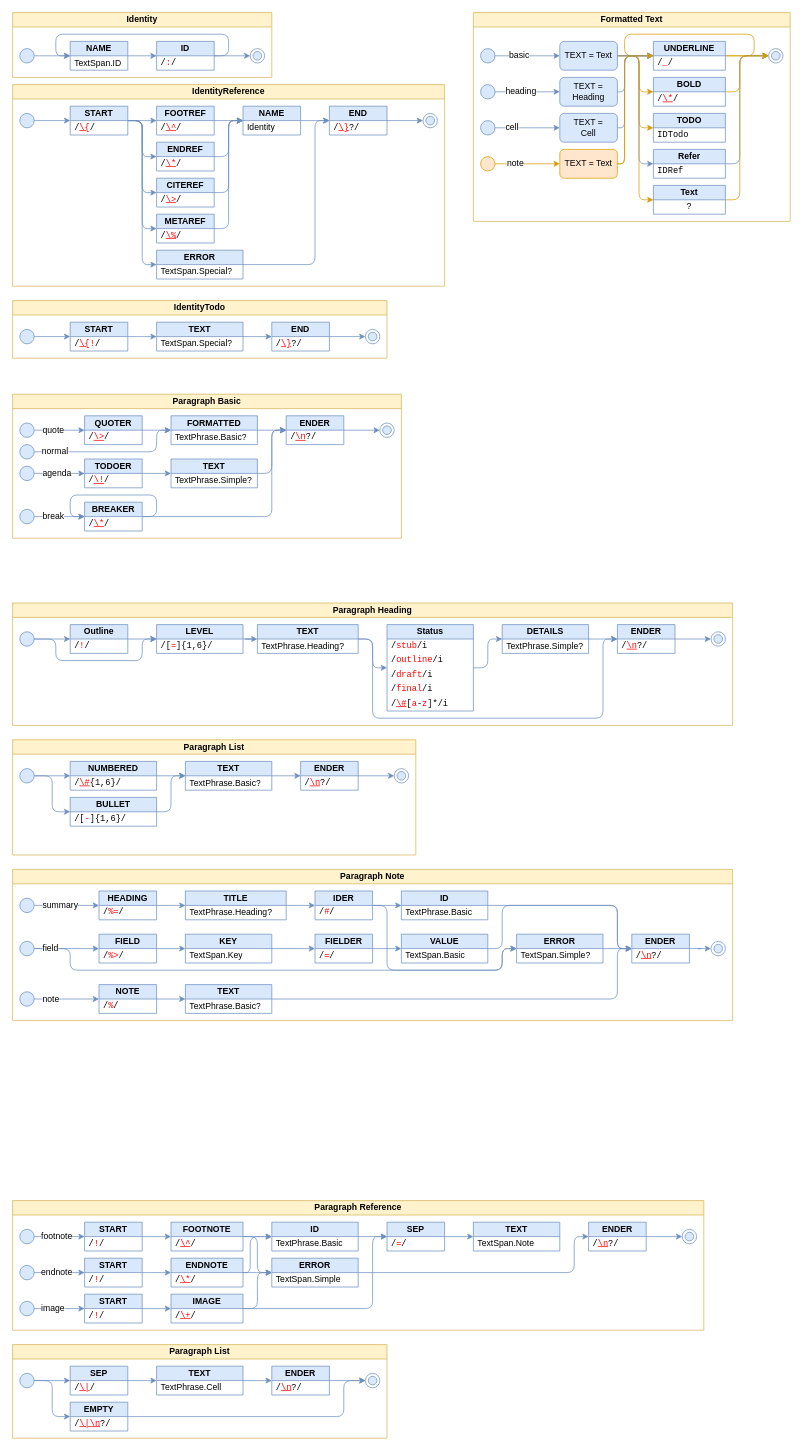
This is page "schema package" (1 of 2) of doc/syntax.drawio from creativeArtie/Writer-Studio, a draw.io file, before an edit. Source tidied: cells renumbered, new cells numbered last; positions are measured from the earlier drawing's top-left corner, leaving out a move shared by most shapes. Both pictures are drawn from the tidied source at 72%, with x=0, y=0 at pixel (12, 12).
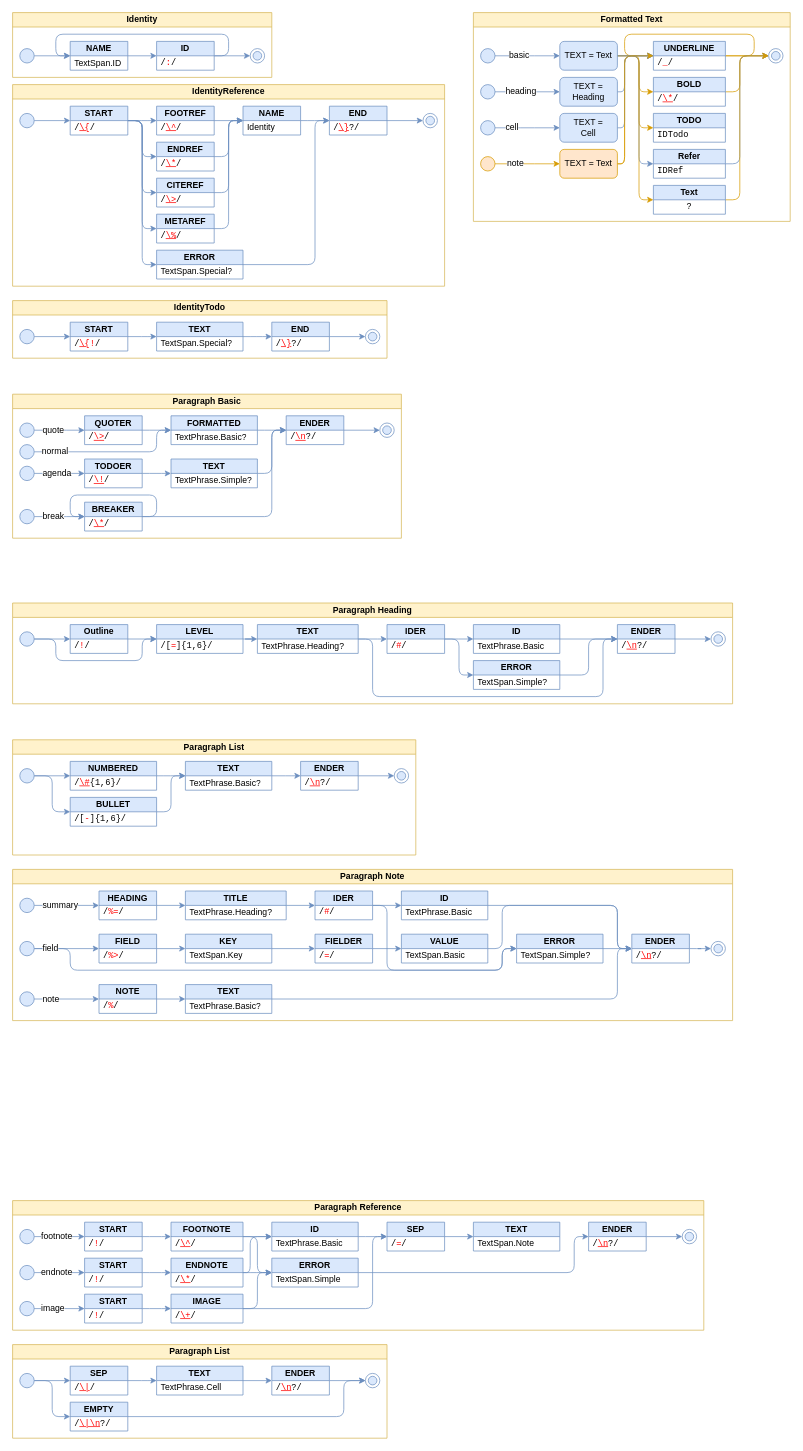
The same page after the edit.

Commit message (it also covers changes not shown here):
Replace status with id

The change refers to these unchanged cells:
```xml
<mxCell id="96" value="TEXT" style="swimlane;fontStyle=1;horizontal=1;startSize=20;whiteSpace=wrap;html=1;strokeColor=#6c8ebf;fontFamily=Helvetica;fontSize=12;fontColor=default;fillColor=#dae8fc;" parent="87" vertex="1">
  <mxGeometry x="340" y="30" width="140" height="40" as="geometry" />
</mxCell>
<mxCell id="99" value="ENDER" style="swimlane;fontStyle=1;horizontal=1;startSize=20;whiteSpace=wrap;html=1;strokeColor=#6c8ebf;fontFamily=Helvetica;fontSize=12;fontColor=default;fillColor=#dae8fc;" parent="87" vertex="1">
  <mxGeometry x="840" y="30" width="80" height="40" as="geometry" />
</mxCell>
```

What changed in the source:
```diff
@@
     <mxCell id="87" value="Paragraph Heading" style="swimlane;whiteSpace=wrap;html=1;fillColor=#fff2cc;strokeColor=#d6b656;startSize=20;" parent="1" vertex="1">
-      <mxGeometry y="820" width="1000" height="170" as="geometry" />
+      <mxGeometry y="820" width="1000" height="140" as="geometry" />
     </mxCell>
@@
     <mxCell id="95" style="edgeStyle=orthogonalEdgeStyle;shape=connector;rounded=1;jettySize=auto;html=1;labelBackgroundColor=default;strokeColor=#6c8ebf;fontFamily=Helvetica;fontSize=12;fontColor=default;endArrow=classic;startSize=20;fillColor=#dae8fc;" parent="87" edge="1" source="96" target="99">
       <mxGeometry relative="1" as="geometry">
         <Array as="points">
           <mxPoint x="500" y="50" />
-          <mxPoint x="500" y="160" />
-          <mxPoint x="820" y="160" />
+          <mxPoint x="500" y="130" />
+          <mxPoint x="820" y="130" />
           <mxPoint x="820" y="50" />
         </Array>
       </mxGeometry>
     </mxCell>
@@
-    <mxCell id="104" value="Status" style="swimlane;fontStyle=1;horizontal=1;startSize=20;whiteSpace=wrap;html=1;strokeColor=#6c8ebf;fontFamily=Helvetica;fontSize=12;fontColor=default;fillColor=#dae8fc;" parent="87" vertex="1">
-      <mxGeometry x="520" y="30" width="120" height="120" as="geometry" />
-    </mxCell>
-    <mxCell id="105" value="/&lt;font color=&quot;#ff0000&quot;&gt;stub&lt;/font&gt;/i" style="text;strokeColor=none;fillColor=none;align=left;verticalAlign=middle;spacingLeft=4;spacingRight=4;overflow=hidden;whiteSpace=wrap;html=1;fontFamily=Courier New;fontSize=12;fontColor=default;" parent="104" vertex="1">
-      <mxGeometry y="20" width="120" height="20" as="geometry" />
-    </mxCell>
-    <mxCell id="106" value="/&lt;font color=&quot;#ff0000&quot;&gt;outline&lt;/font&gt;/i" style="text;strokeColor=none;fillColor=none;align=left;verticalAlign=middle;spacingLeft=4;spacingRight=4;overflow=hidden;whiteSpace=wrap;html=1;fontFamily=Courier New;fontSize=12;fontColor=default;" parent="104" vertex="1">
-      <mxGeometry y="40" width="120" height="20" as="geometry" />
-    </mxCell>
-    <mxCell id="107" value="/&lt;font color=&quot;#ff0000&quot;&gt;draft&lt;/font&gt;/i" style="text;strokeColor=none;fillColor=none;align=left;verticalAlign=middle;spacingLeft=4;spacingRight=4;overflow=hidden;whiteSpace=wrap;html=1;fontFamily=Courier New;fontSize=12;fontColor=default;" parent="104" vertex="1">
-      <mxGeometry y="60" width="120" height="20" as="geometry" />
-    </mxCell>
-    <mxCell id="108" value="/&lt;font color=&quot;#ff0000&quot;&gt;final&lt;/font&gt;/i" style="text;strokeColor=none;fillColor=none;align=left;verticalAlign=middle;spacingLeft=4;spacingRight=4;overflow=hidden;whiteSpace=wrap;html=1;fontFamily=Courier New;fontSize=12;fontColor=default;" parent="104" vertex="1">
-      <mxGeometry y="80" width="120" height="20" as="geometry" />
-    </mxCell>
-    <mxCell id="109" value="&lt;font style=&quot;&quot;&gt;&lt;span style=&quot;background-color: initial;&quot;&gt;/&lt;font color=&quot;#ff0000&quot;&gt;&lt;u&gt;\#&lt;/u&gt;&lt;/font&gt;[&lt;font color=&quot;#ff0000&quot;&gt;a&lt;/font&gt;-&lt;font color=&quot;#ff0000&quot;&gt;z&lt;/font&gt;]*/i&lt;/span&gt;&lt;/font&gt;" style="text;strokeColor=none;fillColor=none;align=left;verticalAlign=middle;spacingLeft=4;spacingRight=4;overflow=hidden;whiteSpace=wrap;html=1;fontFamily=Courier New;fontSize=12;fontColor=default;" parent="104" vertex="1">
-      <mxGeometry y="100" width="120" height="20" as="geometry" />
-    </mxCell>
-    <mxCell id="110" style="edgeStyle=elbowEdgeStyle;shape=connector;rounded=1;jettySize=auto;html=1;labelBackgroundColor=default;strokeColor=#6c8ebf;fontFamily=Helvetica;fontSize=12;fontColor=default;endArrow=classic;startSize=20;fillColor=#dae8fc;" parent="87" edge="1" source="96" target="104">
+    <mxCell id="110" style="edgeStyle=elbowEdgeStyle;shape=connector;rounded=1;jettySize=auto;html=1;labelBackgroundColor=default;strokeColor=#6c8ebf;fontFamily=Helvetica;fontSize=12;fontColor=default;endArrow=classic;startSize=20;fillColor=#dae8fc;" parent="87" edge="1" source="96" target="277">
       <mxGeometry relative="1" as="geometry" />
     </mxCell>
-    <mxCell id="111" value="DETAILS" style="swimlane;fontStyle=1;horizontal=1;startSize=20;whiteSpace=wrap;html=1;strokeColor=#6c8ebf;fontFamily=Helvetica;fontSize=12;fontColor=default;fillColor=#dae8fc;" parent="87" vertex="1">
-      <mxGeometry x="680" y="30" width="120" height="40" as="geometry" />
-    </mxCell>
-    <mxCell id="112" value="TextPhrase.Simple?" style="text;strokeColor=none;fillColor=none;align=left;verticalAlign=middle;spacingLeft=4;spacingRight=4;overflow=hidden;whiteSpace=wrap;html=1;fontFamily=Helvetica;fontSize=12;fontColor=default;fontStyle=0;" parent="111" vertex="1">
-      <mxGeometry y="20" width="120" height="20" as="geometry" />
-    </mxCell>
-    <mxCell id="113" style="edgeStyle=orthogonalEdgeStyle;shape=connector;rounded=1;jettySize=auto;html=1;labelBackgroundColor=default;strokeColor=#6c8ebf;fontFamily=Helvetica;fontSize=12;fontColor=#FF0000;endArrow=classic;startSize=20;fillColor=#dae8fc;" parent="87" edge="1" source="104" target="111">
-      <mxGeometry relative="1" as="geometry" />
-    </mxCell>
-    <mxCell id="114" style="edgeStyle=orthogonalEdgeStyle;shape=connector;rounded=1;jettySize=auto;html=1;labelBackgroundColor=default;strokeColor=#6c8ebf;fontFamily=Helvetica;fontSize=12;fontColor=#FF0000;endArrow=classic;startSize=20;fillColor=#dae8fc;" parent="87" edge="1" source="111" target="99">
+    <mxCell id="114" style="edgeStyle=orthogonalEdgeStyle;shape=connector;rounded=1;jettySize=auto;html=1;labelBackgroundColor=default;strokeColor=#6c8ebf;fontFamily=Helvetica;fontSize=12;fontColor=#FF0000;endArrow=classic;startSize=20;fillColor=#dae8fc;" parent="87" edge="1" source="279" target="99">
       <mxGeometry relative="1" as="geometry" />
     </mxCell>
+    <mxCell id="275" style="edgeStyle=orthogonalEdgeStyle;shape=connector;curved=1;rounded=1;jettySize=auto;html=1;labelBackgroundColor=default;strokeColor=#6c8ebf;strokeWidth=1;fontFamily=Helvetica;fontSize=12;fontColor=default;endArrow=classic;startSize=20;endSize=6;sourcePerimeterSpacing=0;targetPerimeterSpacing=0;fillColor=#dae8fc;" parent="87" edge="1" source="277" target="279">
+      <mxGeometry relative="1" as="geometry" />
+    </mxCell>
+    <mxCell id="276" style="edgeStyle=elbowEdgeStyle;shape=connector;rounded=1;jettySize=auto;html=1;labelBackgroundColor=default;strokeColor=#6c8ebf;strokeWidth=1;fontFamily=Helvetica;fontSize=12;fontColor=default;endArrow=classic;startSize=20;endSize=6;sourcePerimeterSpacing=0;targetPerimeterSpacing=0;fillColor=#dae8fc;" parent="87" edge="1" source="277" target="282">
+      <mxGeometry relative="1" as="geometry" />
+    </mxCell>
+    <mxCell id="277" value="IDER" style="swimlane;fontStyle=1;horizontal=1;startSize=20;whiteSpace=wrap;html=1;strokeColor=#6c8ebf;fontFamily=Helvetica;fontSize=12;fontColor=default;fillColor=#dae8fc;" parent="87" vertex="1">
+      <mxGeometry x="520" y="30" width="80" height="40" as="geometry" />
+    </mxCell>
+    <mxCell id="278" value="/&lt;font color=&quot;#ff0000&quot;&gt;#&lt;/font&gt;/" style="text;strokeColor=none;fillColor=none;align=left;verticalAlign=middle;spacingLeft=4;spacingRight=4;overflow=hidden;whiteSpace=wrap;html=1;fontFamily=Courier New;fontSize=12;fontColor=default;" parent="277" vertex="1">
+      <mxGeometry y="20" width="80" height="20" as="geometry" />
+    </mxCell>
+    <mxCell id="279" value="ID" style="swimlane;fontStyle=1;horizontal=1;startSize=20;whiteSpace=wrap;html=1;strokeColor=#6c8ebf;fontFamily=Helvetica;fontSize=12;fontColor=default;fillColor=#dae8fc;" parent="87" vertex="1">
+      <mxGeometry x="640" y="30" width="120" height="40" as="geometry" />
+    </mxCell>
+    <mxCell id="280" value="TextPhrase.Basic" style="text;strokeColor=none;fillColor=none;align=left;verticalAlign=middle;spacingLeft=4;spacingRight=4;overflow=hidden;whiteSpace=wrap;html=1;fontFamily=Helvetica;fontSize=12;fontColor=default;fontStyle=0;" parent="279" vertex="1">
+      <mxGeometry y="20" width="120" height="20" as="geometry" />
+    </mxCell>
+    <mxCell id="281" style="edgeStyle=elbowEdgeStyle;shape=connector;rounded=1;jettySize=auto;html=1;labelBackgroundColor=default;strokeColor=#6c8ebf;strokeWidth=1;fontFamily=Helvetica;fontSize=12;fontColor=default;endArrow=classic;startSize=20;endSize=6;sourcePerimeterSpacing=0;targetPerimeterSpacing=0;fillColor=#dae8fc;" parent="87" edge="1" source="282" target="99">
+      <mxGeometry relative="1" as="geometry" />
+    </mxCell>
+    <mxCell id="282" value="ERROR" style="swimlane;fontStyle=1;horizontal=1;startSize=20;whiteSpace=wrap;html=1;strokeColor=#6c8ebf;fontFamily=Helvetica;fontSize=12;fontColor=default;fillColor=#dae8fc;" parent="87" vertex="1">
+      <mxGeometry x="640" y="80" width="120" height="40" as="geometry" />
+    </mxCell>
+    <mxCell id="283" value="TextSpan.Simple?" style="text;strokeColor=none;fillColor=none;align=left;verticalAlign=middle;spacingLeft=4;spacingRight=4;overflow=hidden;whiteSpace=wrap;html=1;fontFamily=Helvetica;fontSize=12;fontColor=default;fontStyle=0;" parent="282" vertex="1">
+      <mxGeometry y="20" width="120" height="20" as="geometry" />
+    </mxCell>
```
